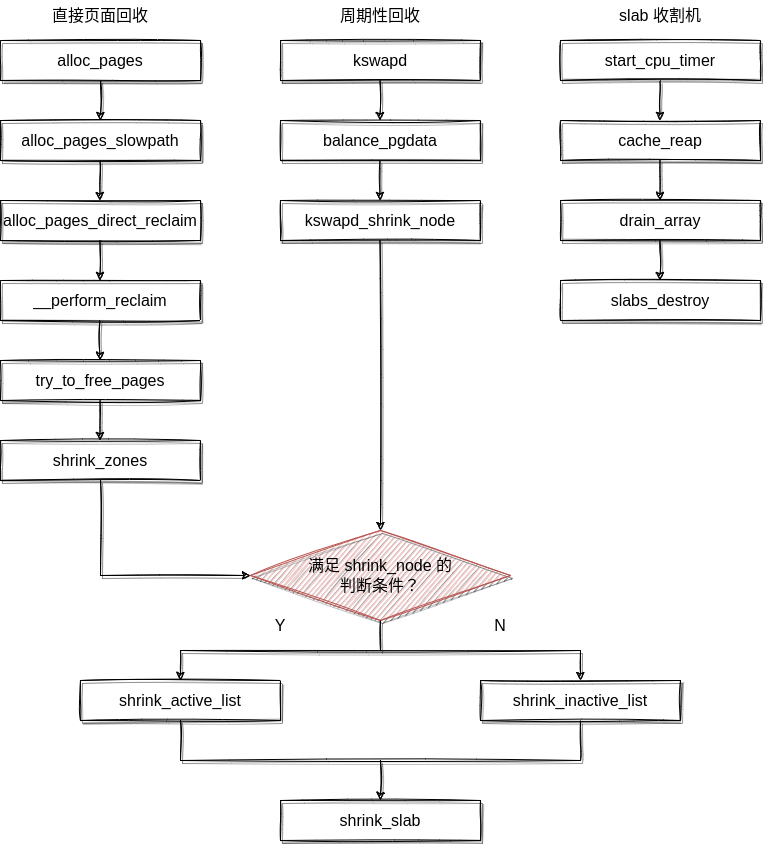
UtopianFuture/UtopianFuture.github.io keeps this draw.io diagram as image/page_reclaim.png. Above is the earlier version. Source tidied: cells renumbered, new cells last; positions are measured from the earlier drawing's top-left corner, leaving out a move shared by most shapes.
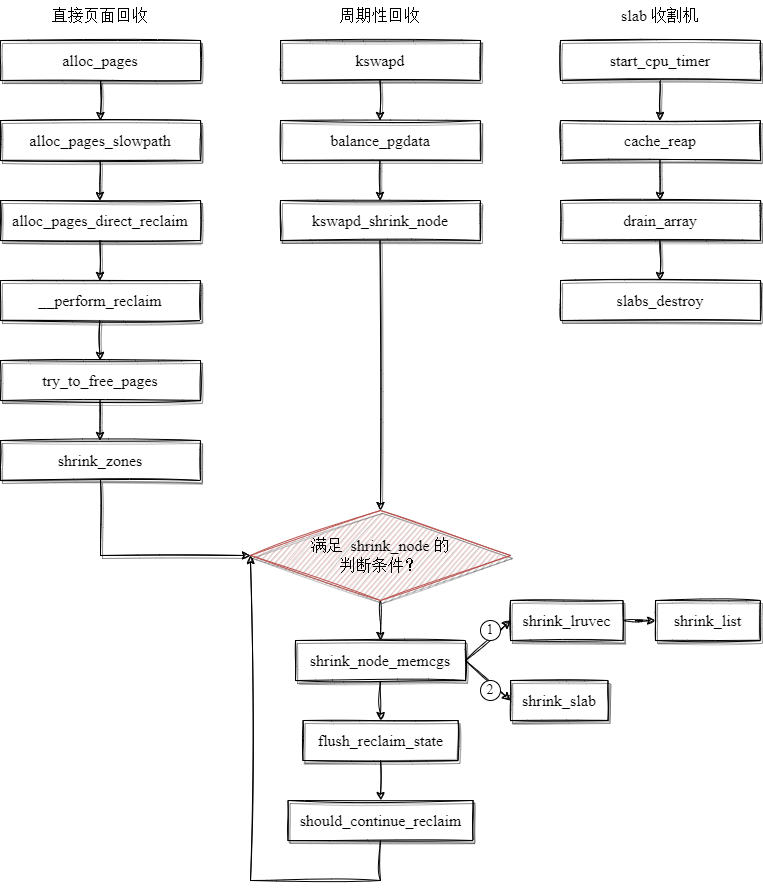
The same diagram one commit later.

Change to the diagram source:
```diff
@@ -2,100 +2,97 @@
   <root>
     <mxCell id="0" />
     <mxCell id="1" parent="0" />
-    <mxCell id="2" value="&lt;font style=&quot;font-size: 16px&quot;&gt;alloc_pages&lt;/font&gt;" style="rounded=0;whiteSpace=wrap;html=1;sketch=1;shadow=1;" parent="1" vertex="1">
+    <mxCell id="2" value="&lt;font style=&quot;font-size: 16px&quot;&gt;alloc_pages&lt;/font&gt;" style="rounded=0;whiteSpace=wrap;html=1;sketch=1;shadow=1;fontFamily=Times New Roman;" parent="1" vertex="1">
       <mxGeometry y="40" width="200" height="40" as="geometry" />
     </mxCell>
-    <mxCell id="3" value="&lt;span style=&quot;font-size: 16px&quot;&gt;alloc_pages_slowpath&lt;/span&gt;" style="rounded=0;whiteSpace=wrap;html=1;sketch=1;shadow=1;" parent="1" vertex="1">
+    <mxCell id="3" value="&lt;span style=&quot;font-size: 16px&quot;&gt;alloc_pages_slowpath&lt;/span&gt;" style="rounded=0;whiteSpace=wrap;html=1;sketch=1;shadow=1;fontFamily=Times New Roman;" parent="1" vertex="1">
       <mxGeometry y="120" width="200" height="40" as="geometry" />
     </mxCell>
-    <mxCell id="4" value="&lt;span style=&quot;font-size: 16px&quot;&gt;alloc_pages_direct_reclaim&lt;/span&gt;" style="rounded=0;whiteSpace=wrap;html=1;sketch=1;shadow=1;" parent="1" vertex="1">
+    <mxCell id="4" value="&lt;span style=&quot;font-size: 16px&quot;&gt;alloc_pages_direct_reclaim&lt;/span&gt;" style="rounded=0;whiteSpace=wrap;html=1;sketch=1;shadow=1;fontFamily=Times New Roman;" parent="1" vertex="1">
       <mxGeometry y="200" width="200" height="40" as="geometry" />
     </mxCell>
-    <mxCell id="5" value="&lt;font style=&quot;font-size: 16px&quot;&gt;__perform_reclaim&lt;/font&gt;" style="rounded=0;whiteSpace=wrap;html=1;sketch=1;shadow=1;" parent="1" vertex="1">
+    <mxCell id="5" value="&lt;font style=&quot;font-size: 16px&quot;&gt;__perform_reclaim&lt;/font&gt;" style="rounded=0;whiteSpace=wrap;html=1;sketch=1;shadow=1;fontFamily=Times New Roman;" parent="1" vertex="1">
       <mxGeometry y="280" width="200" height="40" as="geometry" />
     </mxCell>
-    <mxCell id="6" value="&lt;font style=&quot;font-size: 16px&quot;&gt;try_to_free_pages&lt;/font&gt;" style="rounded=0;whiteSpace=wrap;html=1;sketch=1;shadow=1;" parent="1" vertex="1">
+    <mxCell id="6" value="&lt;font style=&quot;font-size: 16px&quot;&gt;try_to_free_pages&lt;/font&gt;" style="rounded=0;whiteSpace=wrap;html=1;sketch=1;shadow=1;fontFamily=Times New Roman;" parent="1" vertex="1">
       <mxGeometry y="360" width="200" height="40" as="geometry" />
     </mxCell>
-    <mxCell id="7" value="&lt;font style=&quot;font-size: 16px&quot;&gt;shrink_zones&lt;/font&gt;" style="rounded=0;whiteSpace=wrap;html=1;sketch=1;shadow=1;" parent="1" vertex="1">
+    <mxCell id="7" value="&lt;font style=&quot;font-size: 16px&quot;&gt;shrink_zones&lt;/font&gt;" style="rounded=0;whiteSpace=wrap;html=1;sketch=1;shadow=1;fontFamily=Times New Roman;" parent="1" vertex="1">
       <mxGeometry y="440" width="200" height="40" as="geometry" />
     </mxCell>
-    <mxCell id="8" value="&lt;font style=&quot;font-size: 16px&quot;&gt;kswapd&lt;/font&gt;" style="rounded=0;whiteSpace=wrap;html=1;sketch=1;shadow=1;" parent="1" vertex="1">
+    <mxCell id="8" value="&lt;font style=&quot;font-size: 16px&quot;&gt;kswapd&lt;/font&gt;" style="rounded=0;whiteSpace=wrap;html=1;sketch=1;shadow=1;fontFamily=Times New Roman;" parent="1" vertex="1">
       <mxGeometry x="280" y="40" width="200" height="40" as="geometry" />
     </mxCell>
-    <mxCell id="9" value="&lt;font style=&quot;font-size: 16px&quot;&gt;balance_pgdata&lt;/font&gt;" style="rounded=0;whiteSpace=wrap;html=1;sketch=1;shadow=1;" parent="1" vertex="1">
+    <mxCell id="9" value="&lt;font style=&quot;font-size: 16px&quot;&gt;balance_pgdata&lt;/font&gt;" style="rounded=0;whiteSpace=wrap;html=1;sketch=1;shadow=1;fontFamily=Times New Roman;" parent="1" vertex="1">
       <mxGeometry x="280" y="120" width="200" height="40" as="geometry" />
     </mxCell>
-    <mxCell id="10" value="&lt;font style=&quot;font-size: 16px&quot;&gt;kswapd_shrink_node&lt;/font&gt;" style="rounded=0;whiteSpace=wrap;html=1;sketch=1;shadow=1;" parent="1" vertex="1">
+    <mxCell id="10" value="&lt;font style=&quot;font-size: 16px&quot;&gt;kswapd_shrink_node&lt;/font&gt;" style="rounded=0;whiteSpace=wrap;html=1;sketch=1;shadow=1;fontFamily=Times New Roman;" parent="1" vertex="1">
       <mxGeometry x="280" y="200" width="200" height="40" as="geometry" />
     </mxCell>
-    <mxCell id="11" value="&lt;font style=&quot;font-size: 16px&quot;&gt;start_cpu_timer&lt;/font&gt;" style="rounded=0;whiteSpace=wrap;html=1;sketch=1;shadow=1;" parent="1" vertex="1">
+    <mxCell id="11" value="&lt;font style=&quot;font-size: 16px&quot;&gt;start_cpu_timer&lt;/font&gt;" style="rounded=0;whiteSpace=wrap;html=1;sketch=1;shadow=1;fontFamily=Times New Roman;" parent="1" vertex="1">
       <mxGeometry x="560" y="40" width="200" height="40" as="geometry" />
     </mxCell>
-    <mxCell id="12" value="&lt;span style=&quot;font-size: 16px&quot;&gt;cache_reap&lt;/span&gt;" style="rounded=0;whiteSpace=wrap;html=1;sketch=1;shadow=1;" parent="1" vertex="1">
+    <mxCell id="12" value="&lt;span style=&quot;font-size: 16px&quot;&gt;cache_reap&lt;/span&gt;" style="rounded=0;whiteSpace=wrap;html=1;sketch=1;shadow=1;fontFamily=Times New Roman;" parent="1" vertex="1">
       <mxGeometry x="560" y="120" width="200" height="40" as="geometry" />
     </mxCell>
-    <mxCell id="13" value="&lt;span style=&quot;font-size: 16px&quot;&gt;drain_array&lt;/span&gt;" style="rounded=0;whiteSpace=wrap;html=1;sketch=1;shadow=1;" parent="1" vertex="1">
+    <mxCell id="13" value="&lt;span style=&quot;font-size: 16px&quot;&gt;drain_array&lt;/span&gt;" style="rounded=0;whiteSpace=wrap;html=1;sketch=1;shadow=1;fontFamily=Times New Roman;" parent="1" vertex="1">
       <mxGeometry x="560" y="200" width="200" height="40" as="geometry" />
     </mxCell>
-    <mxCell id="14" value="&lt;span style=&quot;font-size: 16px&quot;&gt;slabs_destroy&lt;/span&gt;" style="rounded=0;whiteSpace=wrap;html=1;sketch=1;shadow=1;" parent="1" vertex="1">
+    <mxCell id="14" value="&lt;span style=&quot;font-size: 16px&quot;&gt;slabs_destroy&lt;/span&gt;" style="rounded=0;whiteSpace=wrap;html=1;sketch=1;shadow=1;fontFamily=Times New Roman;" parent="1" vertex="1">
       <mxGeometry x="560" y="280" width="200" height="40" as="geometry" />
     </mxCell>
-    <mxCell id="15" value="直接页面回收" style="rounded=0;whiteSpace=wrap;html=1;shadow=0;sketch=0;fontSize=16;strokeColor=none;" parent="1" vertex="1">
+    <mxCell id="15" value="直接页面回收" style="rounded=0;whiteSpace=wrap;html=1;shadow=0;sketch=0;fontSize=16;strokeColor=none;fillColor=none;fontFamily=宋体;fontSource=https%3A%2F%2Ffonts.google.com%2Fnoto%2Fspecimen%2FNoto%2BSerif%2BSC;" parent="1" vertex="1">
       <mxGeometry x="20" width="160" height="30" as="geometry" />
     </mxCell>
-    <mxCell id="16" value="周期性回收" style="rounded=0;whiteSpace=wrap;html=1;shadow=0;sketch=0;fontSize=16;strokeColor=none;" parent="1" vertex="1">
+    <mxCell id="16" value="周期性回收" style="rounded=0;whiteSpace=wrap;html=1;shadow=0;sketch=0;fontSize=16;strokeColor=none;fillColor=none;fontFamily=宋体;fontSource=https%3A%2F%2Ffonts.google.com%2Fnoto%2Fspecimen%2FNoto%2BSerif%2BSC;" parent="1" vertex="1">
       <mxGeometry x="300" width="160" height="30" as="geometry" />
     </mxCell>
-    <mxCell id="17" value="slab 收割机" style="rounded=0;whiteSpace=wrap;html=1;shadow=0;sketch=0;fontSize=16;strokeColor=none;" parent="1" vertex="1">
+    <mxCell id="17" value="&lt;font face=&quot;Times New Roman&quot;&gt;slab &lt;/font&gt;收割机" style="rounded=0;whiteSpace=wrap;html=1;shadow=0;sketch=0;fontSize=16;strokeColor=none;fillColor=none;fontFamily=宋体;fontSource=https%3A%2F%2Ffonts.google.com%2Fnoto%2Fspecimen%2FNoto%2BSerif%2BSC;" parent="1" vertex="1">
       <mxGeometry x="580" width="160" height="30" as="geometry" />
     </mxCell>
+    <mxCell id="40" style="edgeStyle=orthogonalEdgeStyle;rounded=0;jettySize=auto;html=1;sketch=1;curveFitting=1;jiggle=2;" parent="1" edge="1" source="18" target="42">
+      <mxGeometry relative="1" as="geometry" />
+    </mxCell>
-    <mxCell id="18" value="满足 shrink_node 的&lt;br&gt;判断条件？" style="rhombus;whiteSpace=wrap;html=1;shadow=1;sketch=1;fontSize=16;fillColor=#f8cecc;strokeColor=#b85450;" parent="1" vertex="1">
-      <mxGeometry x="250" y="530" width="260" height="90" as="geometry" />
+    <mxCell id="18" value="&lt;font face=&quot;宋体&quot;&gt;满足 &lt;/font&gt;&lt;font face=&quot;Times New Roman&quot;&gt;shrink_node &lt;/font&gt;&lt;font face=&quot;宋体&quot;&gt;的&lt;br&gt;判断条件？&lt;/font&gt;" style="rhombus;whiteSpace=wrap;html=1;shadow=1;sketch=1;fontSize=16;fillColor=#f8cecc;strokeColor=#b85450;" parent="1" vertex="1">
+      <mxGeometry x="250" y="510" width="260" height="90" as="geometry" />
     </mxCell>
-    <mxCell id="19" value="&lt;span style=&quot;font-size: 16px&quot;&gt;shrink_active_list&lt;/span&gt;" style="rounded=0;whiteSpace=wrap;html=1;sketch=1;shadow=1;" parent="1" vertex="1">
-      <mxGeometry x="80" y="680" width="200" height="40" as="geometry" />
-    </mxCell>
-    <mxCell id="20" value="&lt;font style=&quot;font-size: 16px&quot;&gt;shrink_inactive_list&lt;/font&gt;" style="rounded=0;whiteSpace=wrap;html=1;sketch=1;shadow=1;" parent="1" vertex="1">
-      <mxGeometry x="480" y="680" width="200" height="40" as="geometry" />
-    </mxCell>
-    <mxCell id="21" value="&lt;font style=&quot;font-size: 16px&quot;&gt;shrink_slab&lt;/font&gt;" style="rounded=0;whiteSpace=wrap;html=1;sketch=1;shadow=1;" parent="1" vertex="1">
-      <mxGeometry x="280" y="800" width="200" height="40" as="geometry" />
+    <mxCell id="21" value="&lt;font style=&quot;font-size: 16px&quot;&gt;shrink_slab&lt;/font&gt;" style="rounded=0;whiteSpace=wrap;html=1;sketch=1;shadow=1;fontFamily=Times New Roman;" parent="1" vertex="1">
+      <mxGeometry x="510" y="680" width="97.5" height="40" as="geometry" />
     </mxCell>
-    <mxCell id="22" style="endArrow=classic;html=1;rounded=0;fontSize=16;exitX=0.5;exitY=1;exitDx=0;exitDy=0;sketch=1;shadow=1;" parent="1" edge="1" source="2" target="3">
+    <mxCell id="22" style="endArrow=classic;html=1;rounded=0;fontSize=16;exitX=0.5;exitY=1;exitDx=0;exitDy=0;sketch=1;shadow=1;fontFamily=Times New Roman;" parent="1" edge="1" source="2" target="3">
       <mxGeometry relative="1" as="geometry" />
     </mxCell>
-    <mxCell id="23" style="endArrow=classic;html=1;rounded=0;fontSize=16;exitX=0.5;exitY=1;exitDx=0;exitDy=0;sketch=1;shadow=1;" parent="1" edge="1">
+    <mxCell id="23" style="endArrow=classic;html=1;rounded=0;fontSize=16;exitX=0.5;exitY=1;exitDx=0;exitDy=0;sketch=1;shadow=1;fontFamily=Times New Roman;" parent="1" edge="1">
       <mxGeometry relative="1" as="geometry">
         <mxPoint x="99.5" y="160" as="sourcePoint" />
         <mxPoint x="99.5" y="200" as="targetPoint" />
       </mxGeometry>
     </mxCell>
-    <mxCell id="24" style="endArrow=classic;html=1;rounded=0;fontSize=16;exitX=0.5;exitY=1;exitDx=0;exitDy=0;sketch=1;shadow=1;" parent="1" edge="1">
+    <mxCell id="24" style="endArrow=classic;html=1;rounded=0;fontSize=16;exitX=0.5;exitY=1;exitDx=0;exitDy=0;sketch=1;shadow=1;fontFamily=Times New Roman;" parent="1" edge="1">
       <mxGeometry relative="1" as="geometry">
         <mxPoint x="99.5" y="240" as="sourcePoint" />
         <mxPoint x="99.5" y="280" as="targetPoint" />
       </mxGeometry>
     </mxCell>
-    <mxCell id="25" style="endArrow=classic;html=1;rounded=0;fontSize=16;exitX=0.5;exitY=1;exitDx=0;exitDy=0;sketch=1;shadow=1;" parent="1" edge="1">
+    <mxCell id="25" style="endArrow=classic;html=1;rounded=0;fontSize=16;exitX=0.5;exitY=1;exitDx=0;exitDy=0;sketch=1;shadow=1;fontFamily=Times New Roman;" parent="1" edge="1">
       <mxGeometry relative="1" as="geometry">
         <mxPoint x="99.5" y="320" as="sourcePoint" />
         <mxPoint x="99.5" y="360" as="targetPoint" />
       </mxGeometry>
     </mxCell>
-    <mxCell id="26" style="endArrow=classic;html=1;rounded=0;fontSize=16;exitX=0.5;exitY=1;exitDx=0;exitDy=0;sketch=1;shadow=1;" parent="1" edge="1">
+    <mxCell id="26" style="endArrow=classic;html=1;rounded=0;fontSize=16;exitX=0.5;exitY=1;exitDx=0;exitDy=0;sketch=1;shadow=1;fontFamily=Times New Roman;" parent="1" edge="1">
       <mxGeometry relative="1" as="geometry">
         <mxPoint x="99.5" y="400" as="sourcePoint" />
         <mxPoint x="99.5" y="440" as="targetPoint" />
       </mxGeometry>
     </mxCell>
-    <mxCell id="27" style="endArrow=classic;html=1;rounded=0;fontSize=16;exitX=0.5;exitY=1;exitDx=0;exitDy=0;sketch=1;shadow=1;" parent="1" edge="1">
+    <mxCell id="27" style="endArrow=classic;html=1;rounded=0;fontSize=16;exitX=0.5;exitY=1;exitDx=0;exitDy=0;sketch=1;shadow=1;fontFamily=Times New Roman;" parent="1" edge="1">
       <mxGeometry relative="1" as="geometry">
         <mxPoint x="379.5" y="80" as="sourcePoint" />
         <mxPoint x="379.5" y="120" as="targetPoint" />
       </mxGeometry>
     </mxCell>
-    <mxCell id="28" style="endArrow=classic;html=1;rounded=0;fontSize=16;exitX=0.5;exitY=1;exitDx=0;exitDy=0;sketch=1;shadow=1;" parent="1" edge="1">
+    <mxCell id="28" style="endArrow=classic;html=1;rounded=0;fontSize=16;exitX=0.5;exitY=1;exitDx=0;exitDy=0;sketch=1;shadow=1;fontFamily=Times New Roman;" parent="1" edge="1">
       <mxGeometry relative="1" as="geometry">
         <mxPoint x="379.5" y="160" as="sourcePoint" />
         <mxPoint x="379.5" y="200" as="targetPoint" />
@@ -106,19 +103,19 @@
         <mxPoint x="379.5" y="240" as="sourcePoint" />
       </mxGeometry>
     </mxCell>
-    <mxCell id="30" style="endArrow=classic;html=1;rounded=0;fontSize=16;exitX=0.5;exitY=1;exitDx=0;exitDy=0;sketch=1;shadow=1;" parent="1" edge="1">
+    <mxCell id="30" style="endArrow=classic;html=1;rounded=0;fontSize=16;exitX=0.5;exitY=1;exitDx=0;exitDy=0;sketch=1;shadow=1;fontFamily=Times New Roman;" parent="1" edge="1">
       <mxGeometry relative="1" as="geometry">
         <mxPoint x="659.5" y="80" as="sourcePoint" />
         <mxPoint x="659.5" y="120" as="targetPoint" />
       </mxGeometry>
     </mxCell>
-    <mxCell id="31" style="endArrow=classic;html=1;rounded=0;fontSize=16;exitX=0.5;exitY=1;exitDx=0;exitDy=0;sketch=1;shadow=1;" parent="1" edge="1">
+    <mxCell id="31" style="endArrow=classic;html=1;rounded=0;fontSize=16;exitX=0.5;exitY=1;exitDx=0;exitDy=0;sketch=1;shadow=1;fontFamily=Times New Roman;" parent="1" edge="1">
       <mxGeometry relative="1" as="geometry">
         <mxPoint x="659.5" y="160" as="sourcePoint" />
         <mxPoint x="659.5" y="200" as="targetPoint" />
       </mxGeometry>
     </mxCell>
-    <mxCell id="32" style="endArrow=classic;html=1;rounded=0;fontSize=16;exitX=0.5;exitY=1;exitDx=0;exitDy=0;sketch=1;shadow=1;" parent="1" edge="1">
+    <mxCell id="32" style="endArrow=classic;html=1;rounded=0;fontSize=16;exitX=0.5;exitY=1;exitDx=0;exitDy=0;sketch=1;shadow=1;fontFamily=Times New Roman;" parent="1" edge="1">
       <mxGeometry relative="1" as="geometry">
         <mxPoint x="659.5" y="240" as="sourcePoint" />
         <mxPoint x="659.5" y="280" as="targetPoint" />
@@ -127,42 +124,53 @@
     <mxCell id="33" style="endArrow=classic;html=1;rounded=0;shadow=1;sketch=1;fontSize=16;exitX=0.5;exitY=1;exitDx=0;exitDy=0;entryX=0;entryY=0.5;entryDx=0;entryDy=0;" parent="1" edge="1" source="7" target="18">
       <mxGeometry relative="1" as="geometry">
         <Array as="points">
-          <mxPoint x="100" y="575" />
+          <mxPoint x="100" y="555" />
         </Array>
       </mxGeometry>
     </mxCell>
-    <mxCell id="34" style="endArrow=classic;startArrow=classic;html=1;rounded=0;shadow=1;sketch=1;fontSize=16;exitX=0.5;exitY=0;exitDx=0;exitDy=0;entryX=0.5;entryY=0;entryDx=0;entryDy=0;" parent="1" edge="1" source="19" target="20">
-      <mxGeometry relative="1" as="geometry">
-        <Array as="points">
-          <mxPoint x="180" y="650" />
-          <mxPoint x="580" y="650" />
-        </Array>
-      </mxGeometry>
-    </mxCell>
-    <mxCell id="35" style="endArrow=none;html=1;rounded=0;shadow=1;sketch=1;fontSize=16;" parent="1" edge="1">
-      <mxGeometry relative="1" as="geometry">
-        <mxPoint x="380" y="650" as="sourcePoint" />
-        <mxPoint x="380" y="620" as="targetPoint" />
-      </mxGeometry>
-    </mxCell>
-    <mxCell id="36" style="endArrow=none;html=1;rounded=0;shadow=1;sketch=1;fontSize=16;exitX=0.5;exitY=1;exitDx=0;exitDy=0;entryX=0.5;entryY=1;entryDx=0;entryDy=0;" parent="1" edge="1" source="19" target="20">
-      <mxGeometry relative="1" as="geometry">
-        <Array as="points">
-          <mxPoint x="180" y="760" />
-          <mxPoint x="580" y="760" />
-        </Array>
-      </mxGeometry>
-    </mxCell>
-    <mxCell id="37" style="endArrow=classic;html=1;rounded=0;shadow=1;sketch=1;fontSize=16;entryX=0.5;entryY=0;entryDx=0;entryDy=0;" parent="1" edge="1" target="21">
-      <mxGeometry relative="1" as="geometry">
-        <mxPoint x="380" y="760" as="sourcePoint" />
-      </mxGeometry>
-    </mxCell>
-    <mxCell id="38" value="Y" style="rounded=0;whiteSpace=wrap;html=1;shadow=0;sketch=0;fontSize=16;strokeColor=none;" parent="1" vertex="1">
-      <mxGeometry x="260" y="610" width="40" height="30" as="geometry" />
-    </mxCell>
-    <mxCell id="39" value="N" style="rounded=0;whiteSpace=wrap;html=1;shadow=0;sketch=0;fontSize=16;strokeColor=none;" parent="1" vertex="1">
-      <mxGeometry x="480" y="610" width="40" height="30" as="geometry" />
-    </mxCell>
+    <mxCell id="41" style="edgeStyle=orthogonalEdgeStyle;rounded=0;jettySize=auto;html=1;sketch=1;curveFitting=1;jiggle=2;" parent="1" edge="1" source="42" target="46">
+      <mxGeometry relative="1" as="geometry" />
+    </mxCell>
+    <mxCell id="42" value="&lt;span style=&quot;font-size: 16px;&quot;&gt;shrink_node_memcgs&lt;/span&gt;" style="rounded=0;whiteSpace=wrap;html=1;sketch=1;shadow=1;fontFamily=Times New Roman;" parent="1" vertex="1">
+      <mxGeometry x="295" y="640" width="170" height="40" as="geometry" />
+    </mxCell>
+    <mxCell id="43" style="edgeStyle=orthogonalEdgeStyle;rounded=0;jettySize=auto;html=1;sketch=1;curveFitting=1;jiggle=2;" parent="1" edge="1" source="44" target="49">
+      <mxGeometry relative="1" as="geometry" />
+    </mxCell>
+    <mxCell id="44" value="&lt;span style=&quot;font-size: 16px;&quot;&gt;shrink_lruvec&lt;/span&gt;" style="rounded=0;whiteSpace=wrap;html=1;sketch=1;shadow=1;fontFamily=Times New Roman;" parent="1" vertex="1">
+      <mxGeometry x="510" y="600" width="112.5" height="40" as="geometry" />
+    </mxCell>
+    <mxCell id="45" style="edgeStyle=orthogonalEdgeStyle;rounded=0;jettySize=auto;html=1;sketch=1;curveFitting=1;jiggle=2;" parent="1" edge="1" source="46" target="47">
+      <mxGeometry relative="1" as="geometry" />
+    </mxCell>
+    <mxCell id="46" value="&lt;span style=&quot;font-size: 16px;&quot;&gt;flush_reclaim_state&lt;/span&gt;" style="rounded=0;whiteSpace=wrap;html=1;sketch=1;shadow=1;fontFamily=Times New Roman;" parent="1" vertex="1">
+      <mxGeometry x="302.5" y="720" width="155" height="40" as="geometry" />
+    </mxCell>
+    <mxCell id="47" value="&lt;span style=&quot;font-size: 16px;&quot;&gt;should_continue_reclaim&lt;/span&gt;" style="rounded=0;whiteSpace=wrap;html=1;sketch=1;shadow=1;fontFamily=Times New Roman;" parent="1" vertex="1">
+      <mxGeometry x="287.5" y="800" width="185" height="40" as="geometry" />
+    </mxCell>
+    <mxCell id="48" style="endArrow=classic;html=1;rounded=0;exitX=0.5;exitY=1;exitDx=0;exitDy=0;entryX=0;entryY=0.5;entryDx=0;entryDy=0;sketch=1;curveFitting=1;jiggle=2;" parent="1" edge="1" source="47" target="18">
+      <mxGeometry relative="1" as="geometry">
+        <Array as="points">
+          <mxPoint x="380" y="880" />
+          <mxPoint x="250" y="880" />
+        </Array>
+      </mxGeometry>
+    </mxCell>
+    <mxCell id="49" value="&lt;span style=&quot;font-size: 16px;&quot;&gt;shrink_list&lt;/span&gt;" style="rounded=0;whiteSpace=wrap;html=1;sketch=1;shadow=1;fontFamily=Times New Roman;" parent="1" vertex="1">
+      <mxGeometry x="655" y="600" width="105" height="40" as="geometry" />
+    </mxCell>
+    <mxCell id="50" style="endArrow=classic;html=1;rounded=0;entryX=0;entryY=0.5;entryDx=0;entryDy=0;exitX=1;exitY=0.5;exitDx=0;exitDy=0;sketch=1;curveFitting=1;jiggle=2;" parent="1" edge="1" source="42" target="21">
+      <mxGeometry relative="1" as="geometry" />
+    </mxCell>
+    <mxCell id="51" style="endArrow=classic;html=1;rounded=0;entryX=0;entryY=0.5;entryDx=0;entryDy=0;exitX=1;exitY=0.5;exitDx=0;exitDy=0;sketch=1;curveFitting=1;jiggle=2;" parent="1" edge="1" source="42" target="44">
+      <mxGeometry relative="1" as="geometry" />
+    </mxCell>
+    <mxCell id="52" value="&lt;font style=&quot;font-size: 14px;&quot; face=&quot;Times New Roman&quot;&gt;1&lt;/font&gt;" style="ellipse;whiteSpace=wrap;html=1;shadow=0;" parent="1" vertex="1">
+      <mxGeometry x="480" y="620" width="20" height="20" as="geometry" />
+    </mxCell>
+    <mxCell id="53" value="&lt;font style=&quot;font-size: 14px;&quot; face=&quot;Times New Roman&quot;&gt;2&lt;/font&gt;" style="ellipse;whiteSpace=wrap;html=1;shadow=0;" parent="1" vertex="1">
+      <mxGeometry x="480" y="680" width="20" height="20" as="geometry" />
+    </mxCell>
   </root>
 </mxGraphModel>
```
